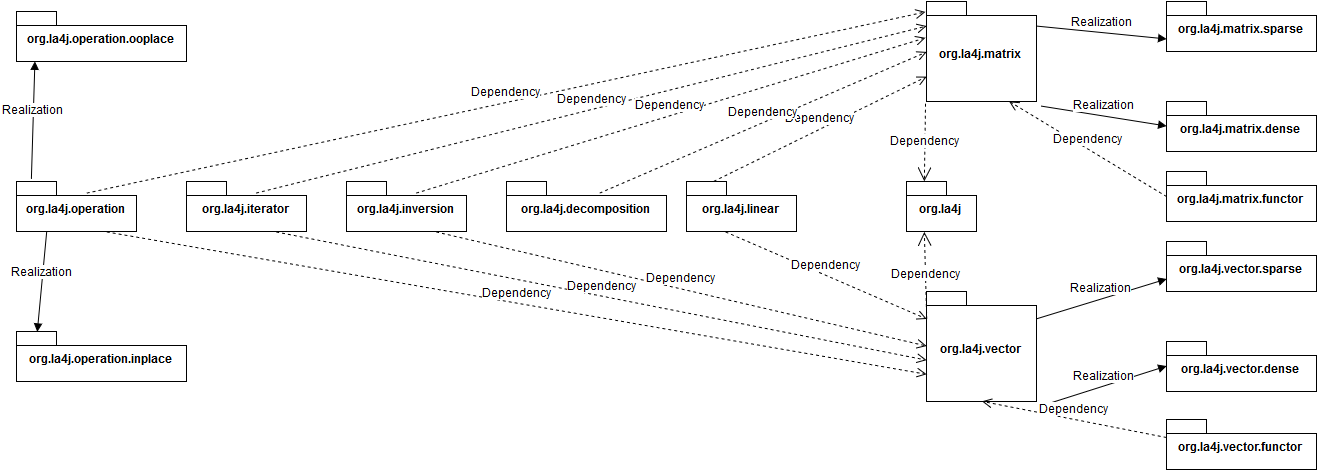
The draw.io diagram ArchSW-docs/uml/DevelopmentView.png in vkostyukov/la4j, before a commit. Source tidied: cells renumbered, new cells last; positions are measured from the earlier drawing's top-left corner, leaving out a move shared by most shapes.
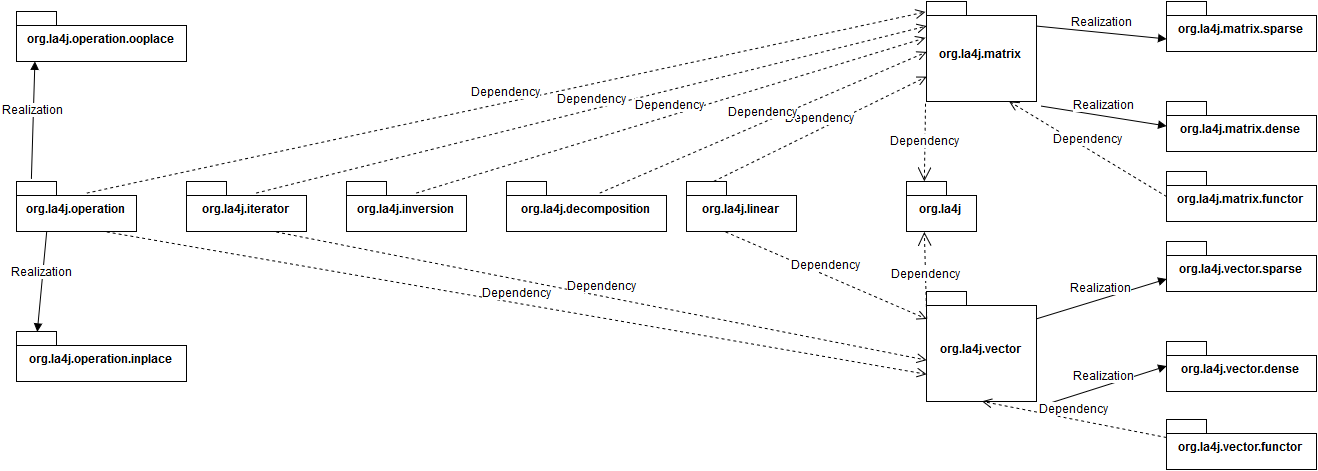
The same diagram one commit later.

Commit message:
fixing Development View diagram, again

Diff of the diagram source:
```diff
@@ -100,9 +100,6 @@
     <mxCell id="33" value="org.la4j.inversion" style="shape=folder;fontStyle=1;spacingTop=10;tabWidth=40;tabHeight=14;tabPosition=left;html=1;strokeColor=#000000;fillColor=none;fontFamily=Helvetica;fontSize=12;" parent="1" vertex="1">
       <mxGeometry x="330" y="180" width="120" height="50" as="geometry" />
     </mxCell>
-    <mxCell id="34" value="Dependency" style="html=1;verticalAlign=bottom;endArrow=open;dashed=1;endSize=8;strokeWidth=1;fontFamily=Helvetica;fontSize=12;exitX=0.75;exitY=1;entryX=0;entryY=0.5;" parent="1" edge="1" source="33" target="7">
-      <mxGeometry relative="1" as="geometry" />
-    </mxCell>
     <mxCell id="35" value="org.la4j.decomposition" style="shape=folder;fontStyle=1;spacingTop=10;tabWidth=40;tabHeight=14;tabPosition=left;html=1;strokeColor=#000000;fillColor=none;fontFamily=Helvetica;fontSize=12;" parent="1" vertex="1">
       <mxGeometry x="490" y="180" width="160" height="50" as="geometry" />
     </mxCell>
```
